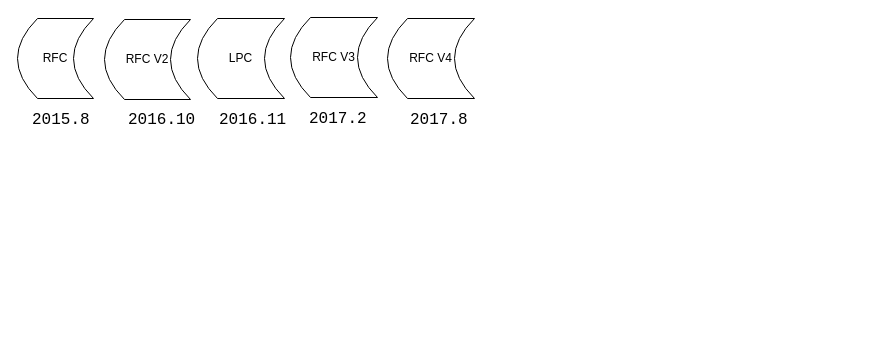
The draw.io diagram uclamp.drawio in jasonactions/graph, before the edit. Source tidied: cells renumbered, new cells numbered last; positions are measured from the earlier drawing's top-left corner, leaving out a move shared by most shapes. Both pictures are drawn from the tidied source at 100%, with x=0, y=0 at pixel (17, 17).
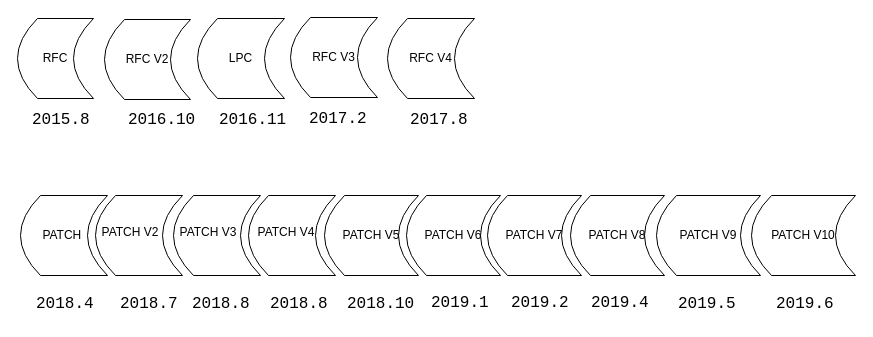
Above is the later version.

Change to the diagram source:
```diff
@@
+    <mxCell id="12" value="&lt;span style=&quot;color: rgba(0, 0, 0, 0); font-family: monospace; font-size: 0px; text-align: start; text-wrap: nowrap;&quot;&gt;PA&lt;/span&gt;" style="shape=dataStorage;whiteSpace=wrap;html=1;fixedSize=1;" parent="1" vertex="1">
+      <mxGeometry x="78" y="178" width="87" height="80" as="geometry" />
+    </mxCell>
+    <mxCell id="13" value="PATCH&amp;nbsp;" style="shape=dataStorage;whiteSpace=wrap;html=1;fixedSize=1;" parent="1" vertex="1">
+      <mxGeometry x="3" y="178" width="87" height="80" as="geometry" />
+    </mxCell>
+    <mxCell id="14" value="PATCH V2" style="text;html=1;align=center;verticalAlign=middle;whiteSpace=wrap;rounded=0;" parent="1" vertex="1">
+      <mxGeometry x="83" y="200" width="60" height="30" as="geometry" />
+    </mxCell>
+    <mxCell id="15" value="&lt;span style=&quot;color: rgba(0, 0, 0, 0); font-family: monospace; font-size: 0px; text-align: start; text-wrap: nowrap;&quot;&gt;PA&lt;/span&gt;" style="shape=dataStorage;whiteSpace=wrap;html=1;fixedSize=1;" parent="1" vertex="1">
+      <mxGeometry x="156" y="178" width="87" height="80" as="geometry" />
+    </mxCell>
+    <mxCell id="16" value="PATCH V3" style="text;html=1;align=center;verticalAlign=middle;whiteSpace=wrap;rounded=0;" parent="1" vertex="1">
+      <mxGeometry x="161" y="200" width="60" height="30" as="geometry" />
+    </mxCell>
+    <mxCell id="17" value="&lt;span style=&quot;color: rgba(0, 0, 0, 0); font-family: monospace; font-size: 0px; text-align: start; text-wrap: nowrap;&quot;&gt;PA&lt;/span&gt;" style="shape=dataStorage;whiteSpace=wrap;html=1;fixedSize=1;" parent="1" vertex="1">
+      <mxGeometry x="231" y="178" width="87" height="80" as="geometry" />
+    </mxCell>
+    <mxCell id="18" value="PATCH V4" style="text;html=1;align=center;verticalAlign=middle;whiteSpace=wrap;rounded=0;" parent="1" vertex="1">
+      <mxGeometry x="239" y="200" width="60" height="30" as="geometry" />
+    </mxCell>
+    <mxCell id="19" value="PATCH V5" style="shape=dataStorage;whiteSpace=wrap;html=1;fixedSize=1;" parent="1" vertex="1">
+      <mxGeometry x="307" y="178" width="94" height="80" as="geometry" />
+    </mxCell>
+    <mxCell id="20" value="PATCH V6" style="shape=dataStorage;whiteSpace=wrap;html=1;fixedSize=1;" parent="1" vertex="1">
+      <mxGeometry x="389" y="178" width="94" height="80" as="geometry" />
+    </mxCell>
+    <mxCell id="21" value="PATCH V7" style="shape=dataStorage;whiteSpace=wrap;html=1;fixedSize=1;" parent="1" vertex="1">
+      <mxGeometry x="470" y="178" width="94" height="80" as="geometry" />
+    </mxCell>
+    <mxCell id="22" value="PATCH V8" style="shape=dataStorage;whiteSpace=wrap;html=1;fixedSize=1;" parent="1" vertex="1">
+      <mxGeometry x="553" y="178" width="94" height="80" as="geometry" />
+    </mxCell>
+    <mxCell id="23" value="PATCH V9" style="shape=dataStorage;whiteSpace=wrap;html=1;fixedSize=1;" parent="1" vertex="1">
+      <mxGeometry x="639" y="178" width="104" height="80" as="geometry" />
+    </mxCell>
+    <mxCell id="24" value="PATCH V10" style="shape=dataStorage;whiteSpace=wrap;html=1;fixedSize=1;" parent="1" vertex="1">
+      <mxGeometry x="734" y="178" width="104" height="80" as="geometry" />
+    </mxCell>
+    <mxCell id="25" value="&lt;span style=&quot;color: rgb(0, 0, 0); font-family: courier, monospace; font-size: medium; font-style: normal; font-variant-ligatures: normal; font-variant-caps: normal; font-weight: 400; letter-spacing: normal; orphans: 2; text-align: start; text-indent: 0px; text-transform: none; widows: 2; word-spacing: 0px; -webkit-text-stroke-width: 0px; white-space: normal; text-decoration-thickness: initial; text-decoration-style: initial; text-decoration-color: initial; display: inline !important; float: none;&quot;&gt;2018.4&lt;/span&gt;" style="text;whiteSpace=wrap;html=1;" parent="1" vertex="1">
+      <mxGeometry x="17" y="271" width="42" height="31" as="geometry" />
+    </mxCell>
+    <mxCell id="26" value="&lt;span style=&quot;color: rgb(0, 0, 0); font-family: courier, monospace; font-size: medium; font-style: normal; font-variant-ligatures: normal; font-variant-caps: normal; font-weight: 400; letter-spacing: normal; orphans: 2; text-align: start; text-indent: 0px; text-transform: none; widows: 2; word-spacing: 0px; -webkit-text-stroke-width: 0px; white-space: normal; text-decoration-thickness: initial; text-decoration-style: initial; text-decoration-color: initial; display: inline !important; float: none;&quot;&gt;2018.7&lt;/span&gt;" style="text;whiteSpace=wrap;html=1;" parent="1" vertex="1">
+      <mxGeometry x="100.5" y="271" width="42" height="31" as="geometry" />
+    </mxCell>
+    <mxCell id="27" value="&lt;span style=&quot;color: rgb(0, 0, 0); font-family: courier, monospace; font-size: medium; font-style: normal; font-variant-ligatures: normal; font-variant-caps: normal; font-weight: 400; letter-spacing: normal; orphans: 2; text-align: start; text-indent: 0px; text-transform: none; widows: 2; word-spacing: 0px; -webkit-text-stroke-width: 0px; white-space: normal; text-decoration-thickness: initial; text-decoration-style: initial; text-decoration-color: initial; display: inline !important; float: none;&quot;&gt;2018.8&lt;/span&gt;" style="text;whiteSpace=wrap;html=1;" parent="1" vertex="1">
+      <mxGeometry x="173" y="271" width="42" height="31" as="geometry" />
+    </mxCell>
+    <mxCell id="28" value="&lt;span style=&quot;color: rgb(0, 0, 0); font-family: courier, monospace; font-size: medium; font-style: normal; font-variant-ligatures: normal; font-variant-caps: normal; font-weight: 400; letter-spacing: normal; orphans: 2; text-align: start; text-indent: 0px; text-transform: none; widows: 2; word-spacing: 0px; -webkit-text-stroke-width: 0px; white-space: normal; text-decoration-thickness: initial; text-decoration-style: initial; text-decoration-color: initial; display: inline !important; float: none;&quot;&gt;2018.8&lt;/span&gt;" style="text;whiteSpace=wrap;html=1;" parent="1" vertex="1">
+      <mxGeometry x="251" y="271" width="42" height="31" as="geometry" />
+    </mxCell>
+    <mxCell id="29" value="&lt;span style=&quot;color: rgb(0, 0, 0); font-family: courier, monospace; font-size: medium; font-style: normal; font-variant-ligatures: normal; font-variant-caps: normal; font-weight: 400; letter-spacing: normal; orphans: 2; text-align: start; text-indent: 0px; text-transform: none; widows: 2; word-spacing: 0px; -webkit-text-stroke-width: 0px; white-space: normal; text-decoration-thickness: initial; text-decoration-style: initial; text-decoration-color: initial; display: inline !important; float: none;&quot;&gt;2018.10&lt;/span&gt;" style="text;whiteSpace=wrap;html=1;" parent="1" vertex="1">
+      <mxGeometry x="328" y="271" width="42" height="31" as="geometry" />
+    </mxCell>
+    <mxCell id="30" value="&lt;span style=&quot;color: rgb(0, 0, 0); font-family: courier, monospace; font-size: medium; font-style: normal; font-variant-ligatures: normal; font-variant-caps: normal; font-weight: 400; letter-spacing: normal; orphans: 2; text-align: start; text-indent: 0px; text-transform: none; widows: 2; word-spacing: 0px; -webkit-text-stroke-width: 0px; white-space: normal; text-decoration-thickness: initial; text-decoration-style: initial; text-decoration-color: initial; display: inline !important; float: none;&quot;&gt;2019.1&lt;/span&gt;" style="text;whiteSpace=wrap;html=1;" parent="1" vertex="1">
+      <mxGeometry x="412" y="270" width="42" height="31" as="geometry" />
+    </mxCell>
+    <mxCell id="31" value="&lt;span style=&quot;color: rgb(0, 0, 0); font-family: courier, monospace; font-size: medium; font-style: normal; font-variant-ligatures: normal; font-variant-caps: normal; font-weight: 400; letter-spacing: normal; orphans: 2; text-align: start; text-indent: 0px; text-transform: none; widows: 2; word-spacing: 0px; -webkit-text-stroke-width: 0px; white-space: normal; text-decoration-thickness: initial; text-decoration-style: initial; text-decoration-color: initial; display: inline !important; float: none;&quot;&gt;2019.2&lt;/span&gt;" style="text;whiteSpace=wrap;html=1;" parent="1" vertex="1">
+      <mxGeometry x="492" y="270" width="42" height="31" as="geometry" />
+    </mxCell>
+    <mxCell id="32" value="&lt;span style=&quot;color: rgb(0, 0, 0); font-family: courier, monospace; font-size: medium; font-style: normal; font-variant-ligatures: normal; font-variant-caps: normal; font-weight: 400; letter-spacing: normal; orphans: 2; text-align: start; text-indent: 0px; text-transform: none; widows: 2; word-spacing: 0px; -webkit-text-stroke-width: 0px; white-space: normal; text-decoration-thickness: initial; text-decoration-style: initial; text-decoration-color: initial; display: inline !important; float: none;&quot;&gt;2019.4&lt;/span&gt;" style="text;whiteSpace=wrap;html=1;" parent="1" vertex="1">
+      <mxGeometry x="572" y="270" width="42" height="31" as="geometry" />
+    </mxCell>
+    <mxCell id="33" value="&lt;span style=&quot;color: rgb(0, 0, 0); font-family: courier, monospace; font-size: medium; font-style: normal; font-variant-ligatures: normal; font-variant-caps: normal; font-weight: 400; letter-spacing: normal; orphans: 2; text-align: start; text-indent: 0px; text-transform: none; widows: 2; word-spacing: 0px; -webkit-text-stroke-width: 0px; white-space: normal; text-decoration-thickness: initial; text-decoration-style: initial; text-decoration-color: initial; display: inline !important; float: none;&quot;&gt;2019.5&lt;/span&gt;" style="text;whiteSpace=wrap;html=1;" parent="1" vertex="1">
+      <mxGeometry x="659" y="271" width="42" height="31" as="geometry" />
+    </mxCell>
+    <mxCell id="34" value="&lt;span style=&quot;color: rgb(0, 0, 0); font-family: courier, monospace; font-size: medium; font-style: normal; font-variant-ligatures: normal; font-variant-caps: normal; font-weight: 400; letter-spacing: normal; orphans: 2; text-align: start; text-indent: 0px; text-transform: none; widows: 2; word-spacing: 0px; -webkit-text-stroke-width: 0px; white-space: normal; text-decoration-thickness: initial; text-decoration-style: initial; text-decoration-color: initial; display: inline !important; float: none;&quot;&gt;2019.6&lt;/span&gt;" style="text;whiteSpace=wrap;html=1;" parent="1" vertex="1">
+      <mxGeometry x="757" y="271" width="42" height="31" as="geometry" />
+    </mxCell>
```
